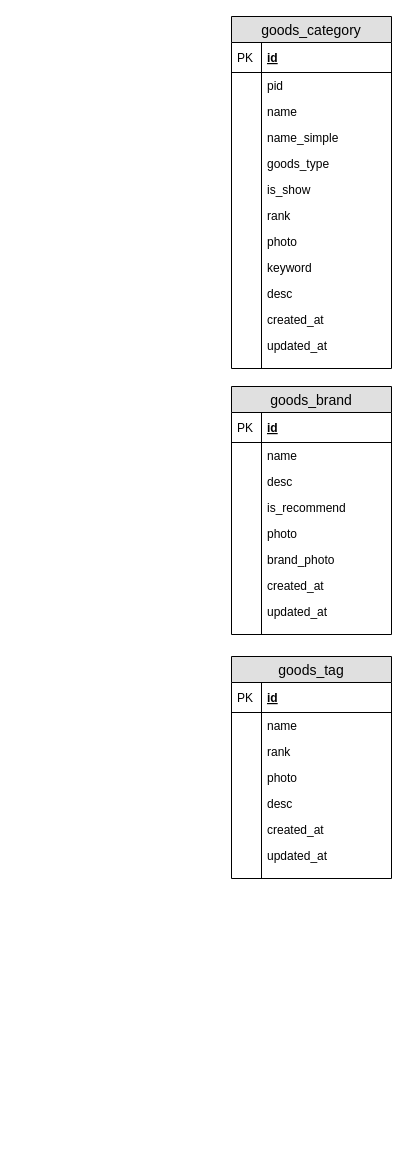
Above: 个人开源电商/littlemall_serivce_sql.drawio in wurh/myDesignDoc (draw.io), before the change. Source tidied: cells renumbered, new cells numbered last; positions are measured from the earlier drawing's top-left corner, leaving out a move shared by most shapes. Both pictures are drawn from the tidied source at 100%, with x=0, y=0 at pixel (231, 16).
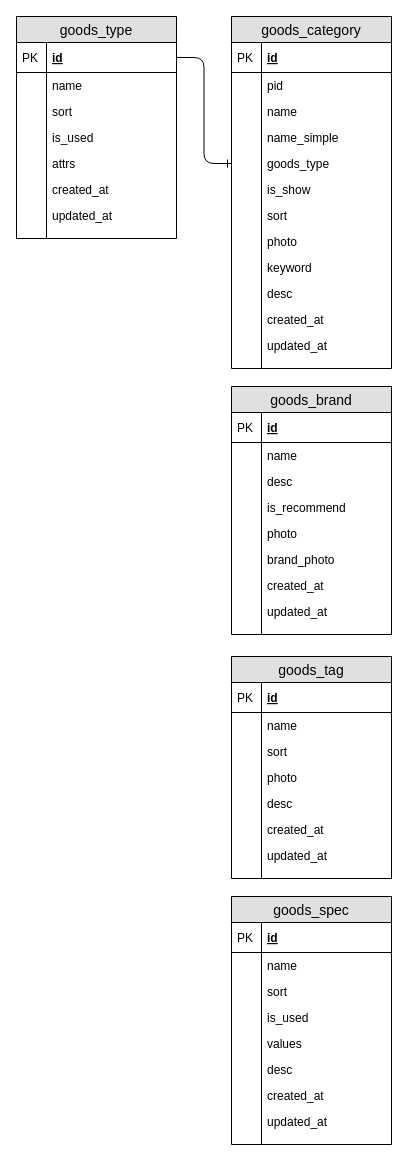
Above is the later version.

Unchanged cells that the change refers to:
```xml
<mxCell id="2" value="goods_category" style="swimlane;fontStyle=0;horizontal=1;startSize=26;fillColor=#e0e0e0;swimlaneFillColor=#ffffff;align=center;fontSize=14;" parent="1" vertex="1">
  <mxGeometry width="160" height="352" as="geometry" />
</mxCell>
<mxCell id="11" value="goods_type" style="shape=partialRectangle;top=0;left=0;right=0;bottom=0;align=left;verticalAlign=top;fillColor=none;spacingLeft=34;spacingRight=4;overflow=hidden;points=[[0,0.5],[1,0.5]];portConstraint=eastwest;fontSize=12;" parent="2" vertex="1">
  <mxGeometry y="134" width="160" height="26" as="geometry" />
</mxCell>
<mxCell id="48" value="goods_tag" style="swimlane;fontStyle=0;horizontal=1;startSize=26;fillColor=#e0e0e0;swimlaneFillColor=#ffffff;align=center;fontSize=14;" parent="1" vertex="1">
  <mxGeometry y="640" width="160" height="222" as="geometry" />
</mxCell>
```

Change to the diagram source:
```diff
@@
-    <mxCell id="15" value="rank" style="shape=partialRectangle;top=0;left=0;right=0;bottom=0;align=left;verticalAlign=top;fillColor=none;spacingLeft=34;spacingRight=4;overflow=hidden;fontSize=12;" parent="2" vertex="1">
+    <mxCell id="15" value="sort" style="shape=partialRectangle;top=0;left=0;right=0;bottom=0;align=left;verticalAlign=top;fillColor=none;spacingLeft=34;spacingRight=4;overflow=hidden;fontSize=12;" parent="2" vertex="1">
       <mxGeometry y="186" width="160" height="26" as="geometry" />
     </mxCell>
@@
-    <mxCell id="53" value="rank" style="shape=partialRectangle;top=0;left=0;right=0;bottom=0;align=left;verticalAlign=top;fillColor=none;spacingLeft=34;spacingRight=4;overflow=hidden;fontSize=12;" parent="48" vertex="1">
+    <mxCell id="53" value="sort" style="shape=partialRectangle;top=0;left=0;right=0;bottom=0;align=left;verticalAlign=top;fillColor=none;spacingLeft=34;spacingRight=4;overflow=hidden;fontSize=12;" parent="48" vertex="1">
       <mxGeometry y="82" width="160" height="26" as="geometry" />
     </mxCell>
@@
+    <mxCell id="65" value="goods_spec" style="swimlane;fontStyle=0;horizontal=1;startSize=26;fillColor=#e0e0e0;swimlaneFillColor=#ffffff;align=center;fontSize=14;" parent="1" vertex="1">
+      <mxGeometry y="880" width="160" height="248" as="geometry" />
+    </mxCell>
+    <mxCell id="66" value="id" style="shape=partialRectangle;top=0;left=0;right=0;bottom=1;align=left;verticalAlign=middle;fillColor=none;spacingLeft=34;spacingRight=4;overflow=hidden;fontStyle=5;fontSize=12;" parent="65" vertex="1">
+      <mxGeometry y="26" width="160" height="30" as="geometry" />
+    </mxCell>
+    <mxCell id="67" value="PK" style="shape=partialRectangle;top=0;left=0;bottom=0;fillColor=none;align=left;verticalAlign=middle;spacingLeft=4;spacingRight=4;overflow=hidden;fontSize=12;" parent="66" vertex="1">
+      <mxGeometry width="30" height="30" as="geometry" />
+    </mxCell>
+    <mxCell id="68" value="name" style="shape=partialRectangle;top=0;left=0;right=0;bottom=0;align=left;verticalAlign=top;fillColor=none;spacingLeft=34;spacingRight=4;overflow=hidden;fontSize=12;" parent="65" vertex="1">
+      <mxGeometry y="56" width="160" height="26" as="geometry" />
+    </mxCell>
+    <mxCell id="69" style="shape=partialRectangle;top=0;left=0;bottom=0;fillColor=none;align=left;verticalAlign=top;spacingLeft=4;spacingRight=4;overflow=hidden;fontSize=12;" parent="68" vertex="1">
+      <mxGeometry width="30" height="26" as="geometry" />
+    </mxCell>
+    <mxCell id="70" value="sort" style="shape=partialRectangle;top=0;left=0;right=0;bottom=0;align=left;verticalAlign=top;fillColor=none;spacingLeft=34;spacingRight=4;overflow=hidden;fontSize=12;" parent="65" vertex="1">
+      <mxGeometry y="82" width="160" height="26" as="geometry" />
+    </mxCell>
+    <mxCell id="71" style="shape=partialRectangle;top=0;left=0;bottom=0;fillColor=none;align=left;verticalAlign=top;spacingLeft=4;spacingRight=4;overflow=hidden;fontSize=12;" parent="70" vertex="1">
+      <mxGeometry width="30" height="26" as="geometry" />
+    </mxCell>
+    <mxCell id="72" value="is_used" style="shape=partialRectangle;top=0;left=0;right=0;bottom=0;align=left;verticalAlign=top;fillColor=none;spacingLeft=34;spacingRight=4;overflow=hidden;fontSize=12;" parent="65" vertex="1">
+      <mxGeometry y="108" width="160" height="26" as="geometry" />
+    </mxCell>
+    <mxCell id="73" style="shape=partialRectangle;top=0;left=0;bottom=0;fillColor=none;align=left;verticalAlign=top;spacingLeft=4;spacingRight=4;overflow=hidden;fontSize=12;" parent="72" vertex="1">
+      <mxGeometry width="30" height="26" as="geometry" />
+    </mxCell>
+    <mxCell id="74" value="values" style="shape=partialRectangle;top=0;left=0;right=0;bottom=0;align=left;verticalAlign=top;fillColor=none;spacingLeft=34;spacingRight=4;overflow=hidden;fontSize=12;" parent="65" vertex="1">
+      <mxGeometry y="134" width="160" height="26" as="geometry" />
+    </mxCell>
+    <mxCell id="75" style="shape=partialRectangle;top=0;left=0;bottom=0;fillColor=none;align=left;verticalAlign=top;spacingLeft=4;spacingRight=4;overflow=hidden;fontSize=12;" parent="74" vertex="1">
+      <mxGeometry width="30" height="26" as="geometry" />
+    </mxCell>
+    <mxCell id="76" value="desc" style="shape=partialRectangle;top=0;left=0;right=0;bottom=0;align=left;verticalAlign=top;fillColor=none;spacingLeft=34;spacingRight=4;overflow=hidden;fontSize=12;" parent="65" vertex="1">
+      <mxGeometry y="160" width="160" height="26" as="geometry" />
+    </mxCell>
+    <mxCell id="77" style="shape=partialRectangle;top=0;left=0;bottom=0;fillColor=none;align=left;verticalAlign=top;spacingLeft=4;spacingRight=4;overflow=hidden;fontSize=12;" parent="76" vertex="1">
+      <mxGeometry width="30" height="26" as="geometry" />
+    </mxCell>
+    <mxCell id="78" value="created_at" style="shape=partialRectangle;top=0;left=0;right=0;bottom=0;align=left;verticalAlign=top;fillColor=none;spacingLeft=34;spacingRight=4;overflow=hidden;fontSize=12;" parent="65" vertex="1">
+      <mxGeometry y="186" width="160" height="26" as="geometry" />
+    </mxCell>
+    <mxCell id="79" style="shape=partialRectangle;top=0;left=0;bottom=0;fillColor=none;align=left;verticalAlign=top;spacingLeft=4;spacingRight=4;overflow=hidden;fontSize=12;" parent="78" vertex="1">
+      <mxGeometry width="30" height="26" as="geometry" />
+    </mxCell>
+    <mxCell id="80" value="updated_at" style="shape=partialRectangle;top=0;left=0;right=0;bottom=0;align=left;verticalAlign=top;fillColor=none;spacingLeft=34;spacingRight=4;overflow=hidden;fontSize=12;" parent="65" vertex="1">
+      <mxGeometry y="212" width="160" height="26" as="geometry" />
+    </mxCell>
+    <mxCell id="81" style="shape=partialRectangle;top=0;left=0;bottom=0;fillColor=none;align=left;verticalAlign=top;spacingLeft=4;spacingRight=4;overflow=hidden;fontSize=12;" parent="80" vertex="1">
+      <mxGeometry width="30" height="26" as="geometry" />
+    </mxCell>
+    <mxCell id="82" style="shape=partialRectangle;top=0;left=0;right=0;bottom=0;align=left;verticalAlign=top;fillColor=none;spacingLeft=34;spacingRight=4;overflow=hidden;fontSize=12;" parent="65" vertex="1">
+      <mxGeometry y="238" width="160" height="10" as="geometry" />
+    </mxCell>
+    <mxCell id="83" style="shape=partialRectangle;top=0;left=0;bottom=0;fillColor=none;align=left;verticalAlign=top;spacingLeft=4;spacingRight=4;overflow=hidden;fontSize=12;" parent="82" vertex="1">
+      <mxGeometry width="30" height="10" as="geometry" />
+    </mxCell>
+    <mxCell id="84" value="goods_type" style="swimlane;fontStyle=0;horizontal=1;startSize=26;fillColor=#e0e0e0;swimlaneFillColor=#ffffff;align=center;fontSize=14;" parent="1" vertex="1">
+      <mxGeometry x="-215" width="160" height="222" as="geometry" />
+    </mxCell>
+    <mxCell id="85" value="id" style="shape=partialRectangle;top=0;left=0;right=0;bottom=1;align=left;verticalAlign=middle;fillColor=none;spacingLeft=34;spacingRight=4;overflow=hidden;points=[[0,0.5],[1,0.5]];portConstraint=eastwest;fontStyle=5;fontSize=12;" parent="84" vertex="1">
+      <mxGeometry y="26" width="160" height="30" as="geometry" />
+    </mxCell>
+    <mxCell id="86" value="PK" style="shape=partialRectangle;top=0;left=0;bottom=0;fillColor=none;align=left;verticalAlign=middle;spacingLeft=4;spacingRight=4;overflow=hidden;fontSize=12;" parent="85" vertex="1">
+      <mxGeometry width="30" height="30" as="geometry" />
+    </mxCell>
+    <mxCell id="87" value="name" style="shape=partialRectangle;top=0;left=0;right=0;bottom=0;align=left;verticalAlign=top;fillColor=none;spacingLeft=34;spacingRight=4;overflow=hidden;fontSize=12;" parent="84" vertex="1">
+      <mxGeometry y="56" width="160" height="26" as="geometry" />
+    </mxCell>
+    <mxCell id="88" style="shape=partialRectangle;top=0;left=0;bottom=0;fillColor=none;align=left;verticalAlign=top;spacingLeft=4;spacingRight=4;overflow=hidden;fontSize=12;" parent="87" vertex="1">
+      <mxGeometry width="30" height="26" as="geometry" />
+    </mxCell>
+    <mxCell id="89" value="sort" style="shape=partialRectangle;top=0;left=0;right=0;bottom=0;align=left;verticalAlign=top;fillColor=none;spacingLeft=34;spacingRight=4;overflow=hidden;fontSize=12;" parent="84" vertex="1">
+      <mxGeometry y="82" width="160" height="26" as="geometry" />
+    </mxCell>
+    <mxCell id="90" style="shape=partialRectangle;top=0;left=0;bottom=0;fillColor=none;align=left;verticalAlign=top;spacingLeft=4;spacingRight=4;overflow=hidden;fontSize=12;" parent="89" vertex="1">
+      <mxGeometry width="30" height="26" as="geometry" />
+    </mxCell>
+    <mxCell id="91" value="is_used" style="shape=partialRectangle;top=0;left=0;right=0;bottom=0;align=left;verticalAlign=top;fillColor=none;spacingLeft=34;spacingRight=4;overflow=hidden;fontSize=12;" parent="84" vertex="1">
+      <mxGeometry y="108" width="160" height="26" as="geometry" />
+    </mxCell>
+    <mxCell id="92" style="shape=partialRectangle;top=0;left=0;bottom=0;fillColor=none;align=left;verticalAlign=top;spacingLeft=4;spacingRight=4;overflow=hidden;fontSize=12;" parent="91" vertex="1">
+      <mxGeometry width="30" height="26" as="geometry" />
+    </mxCell>
+    <mxCell id="93" value="attrs" style="shape=partialRectangle;top=0;left=0;right=0;bottom=0;align=left;verticalAlign=top;fillColor=none;spacingLeft=34;spacingRight=4;overflow=hidden;fontSize=12;" parent="84" vertex="1">
+      <mxGeometry y="134" width="160" height="26" as="geometry" />
+    </mxCell>
+    <mxCell id="94" style="shape=partialRectangle;top=0;left=0;bottom=0;fillColor=none;align=left;verticalAlign=top;spacingLeft=4;spacingRight=4;overflow=hidden;fontSize=12;" parent="93" vertex="1">
+      <mxGeometry width="30" height="26" as="geometry" />
+    </mxCell>
+    <mxCell id="95" value="created_at" style="shape=partialRectangle;top=0;left=0;right=0;bottom=0;align=left;verticalAlign=top;fillColor=none;spacingLeft=34;spacingRight=4;overflow=hidden;fontSize=12;" parent="84" vertex="1">
+      <mxGeometry y="160" width="160" height="26" as="geometry" />
+    </mxCell>
+    <mxCell id="96" style="shape=partialRectangle;top=0;left=0;bottom=0;fillColor=none;align=left;verticalAlign=top;spacingLeft=4;spacingRight=4;overflow=hidden;fontSize=12;" parent="95" vertex="1">
+      <mxGeometry width="30" height="26" as="geometry" />
+    </mxCell>
+    <mxCell id="97" value="updated_at" style="shape=partialRectangle;top=0;left=0;right=0;bottom=0;align=left;verticalAlign=top;fillColor=none;spacingLeft=34;spacingRight=4;overflow=hidden;fontSize=12;" parent="84" vertex="1">
+      <mxGeometry y="186" width="160" height="26" as="geometry" />
+    </mxCell>
+    <mxCell id="98" style="shape=partialRectangle;top=0;left=0;bottom=0;fillColor=none;align=left;verticalAlign=top;spacingLeft=4;spacingRight=4;overflow=hidden;fontSize=12;" parent="97" vertex="1">
+      <mxGeometry width="30" height="26" as="geometry" />
+    </mxCell>
+    <mxCell id="99" style="shape=partialRectangle;top=0;left=0;right=0;bottom=0;align=left;verticalAlign=top;fillColor=none;spacingLeft=34;spacingRight=4;overflow=hidden;fontSize=12;" parent="84" vertex="1">
+      <mxGeometry y="212" width="160" height="10" as="geometry" />
+    </mxCell>
+    <mxCell id="100" style="shape=partialRectangle;top=0;left=0;bottom=0;fillColor=none;align=left;verticalAlign=top;spacingLeft=4;spacingRight=4;overflow=hidden;fontSize=12;" parent="99" vertex="1">
+      <mxGeometry width="30" height="10" as="geometry" />
+    </mxCell>
+    <mxCell id="101" style="edgeStyle=orthogonalEdgeStyle;fontSize=12;html=1;endArrow=ERone;endFill=1;entryX=0;entryY=0.5;entryDx=0;entryDy=0;exitX=1;exitY=0.5;exitDx=0;exitDy=0;" parent="1" edge="1" source="85" target="11">
+      <mxGeometry relative="1" as="geometry" />
+    </mxCell>
```
